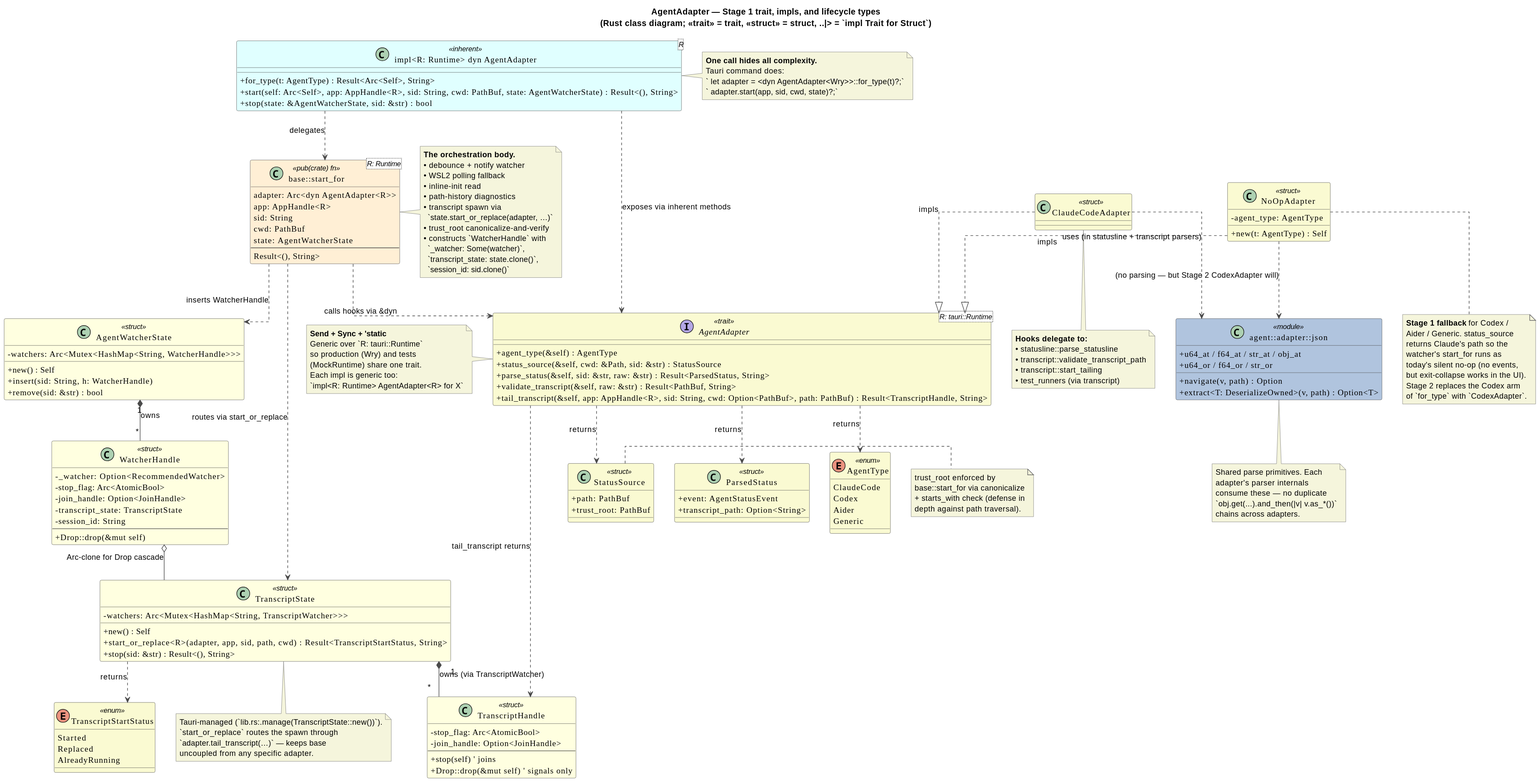
Above: src-tauri/src/agent/architecture.svg in winoooops/vimeflow (PlantUML), before the change. Its diagram source:
```plantuml
@startuml

skinparam classAttributeIconSize 0
skinparam shadowing false
skinparam dpi 150
skinparam linetype ortho
skinparam class {
  BackgroundColor #FAFAD2
  BorderColor #4A4A4A
  ArrowColor #4A4A4A
  FontName JetBrains Mono
  AttributeFontName JetBrains Mono
}
skinparam interface {
  BackgroundColor #FFE4E1
  BorderColor #B22222
}
skinparam enum {
  BackgroundColor #E0FFE0
  BorderColor #2F4F2F
}
skinparam note {
  BackgroundColor #F5F5DC
  BorderColor #696969
}

title <b>AgentAdapter</b> — Stage 1 trait, impls, and lifecycle types\n(Rust class diagram; <<trait>> = trait, <<struct>> = struct, ..|> = `impl Trait for Struct`)


class "impl<R: Runtime> dyn AgentAdapter<R>" as DynImpl <<inherent>> #LightCyan {
  +for_type(t: AgentType) : Result<Arc<Self>, String>
  +start(self: Arc<Self>, app: AppHandle<R>, sid: String, cwd: PathBuf, state: AgentWatcherState) : Result<(), String>
  +stop(state: &AgentWatcherState, sid: &str) : bool
}

note right of DynImpl
  <b>One call hides all complexity.</b>
  Tauri command does:
  ` let adapter = <dyn AgentAdapter<Wry>>::for_type(t)?;`
  ` adapter.start(app, sid, cwd, state)?;`
end note


interface "AgentAdapter<R: tauri::Runtime>" as AgentAdapter <<trait>> {
  +agent_type(&self) : AgentType
  +status_source(&self, cwd: &Path, sid: &str) : StatusSource
  +parse_status(&self, sid: &str, raw: &str) : Result<ParsedStatus, String>
  +validate_transcript(&self, raw: &str) : Result<PathBuf, String>
  +tail_transcript(&self, app: AppHandle<R>, sid: String, cwd: Option<PathBuf>, path: PathBuf) : Result<TranscriptHandle, String>
}

note left of AgentAdapter
  <b>Send + Sync + 'static</b>
  Generic over `R: tauri::Runtime`
  so production (Wry) and tests
  (MockRuntime) share one trait.
  Each impl is generic too:
  `impl<R: Runtime> AgentAdapter<R> for X`
end note

DynImpl ..> AgentAdapter : exposes via inherent methods


class ClaudeCodeAdapter <<struct>> {
}

note bottom of ClaudeCodeAdapter
  <b>Hooks delegate to:</b>
  • statusline::parse_statusline
  • transcript::validate_transcript_path
  • transcript::start_tailing
  • test_runners (via transcript)
end note

class NoOpAdapter <<struct>> {
  -agent_type: AgentType
  +new(t: AgentType) : Self
}

note bottom of NoOpAdapter
  <b>Stage 1 fallback</b> for Codex /
  Aider / Generic. status_source
  returns Claude's path so the
  watcher's start_for runs as
  today's silent no-op (no events,
  but exit-collapse works in the UI).
  Stage 2 replaces the Codex arm
  of `for_type` with `CodexAdapter`.
end note

ClaudeCodeAdapter ..|> AgentAdapter : impls
NoOpAdapter ..|> AgentAdapter : impls


class StatusSource <<struct>> {
  +path: PathBuf
  +trust_root: PathBuf
}

class ParsedStatus <<struct>> {
  +event: AgentStatusEvent
  +transcript_path: Option<String>
}

enum AgentType <<enum>> {
  ClaudeCode
  Codex
  Aider
  Generic
}

note right of StatusSource
  trust_root enforced by
  base::start_for via canonicalize
  + starts_with check (defense in
  depth against path traversal).
end note

AgentAdapter ..> StatusSource : returns
AgentAdapter ..> ParsedStatus : returns
AgentAdapter ..> AgentType : returns


class "base::start_for<R: Runtime>" as StartFor <<pub(crate) fn>> #FFEFD5 {
  adapter: Arc<dyn AgentAdapter<R>>
  app: AppHandle<R>
  sid: String
  cwd: PathBuf
  state: AgentWatcherState
  --
  Result<(), String>
}

note right of StartFor
  <b>The orchestration body.</b>
  • debounce + notify watcher
  • WSL2 polling fallback
  • inline-init read
  • path-history diagnostics
  • transcript spawn via
    `state.start_or_replace(adapter, …)`
  • trust_root canonicalize-and-verify
  • constructs `WatcherHandle` with
    `_watcher: Some(watcher)`,
    `transcript_state: state.clone()`,
    `session_id: sid.clone()`
end note

DynImpl ..> StartFor : delegates


class WatcherHandle <<struct>> #LightYellow {
  -_watcher: Option<RecommendedWatcher>
  -stop_flag: Arc<AtomicBool>
  -join_handle: Option<JoinHandle>
  -transcript_state: TranscriptState
  -session_id: String
  --
  +Drop::drop(&mut self)
}

class AgentWatcherState <<struct>> #LightYellow {
  -watchers: Arc<Mutex<HashMap<String, WatcherHandle>>>
  +new() : Self
  +insert(sid: String, h: WatcherHandle)
  +remove(sid: &str) : bool
}

class TranscriptHandle <<struct>> #LightYellow {
  -stop_flag: Arc<AtomicBool>
  -join_handle: Option<JoinHandle>
  --
  +stop(self) ' joins
  +Drop::drop(&mut self) ' signals only
}

class TranscriptState <<struct>> #LightYellow {
  -watchers: Arc<Mutex<HashMap<String, TranscriptWatcher>>>
  +new() : Self
  +start_or_replace<R>(adapter, app, sid, path, cwd) : Result<TranscriptStartStatus, String>
  +stop(sid: &str) : Result<(), String>
}

enum TranscriptStartStatus <<enum>> {
  Started
  Replaced
  AlreadyRunning
}

note bottom of TranscriptState
  Tauri-managed (`lib.rs:.manage(TranscriptState::new())`).
  `start_or_replace` routes the spawn through
  `adapter.tail_transcript(…)` — keeps base
  uncoupled from any specific adapter.
end note

AgentWatcherState "1" *-- "*" WatcherHandle : owns
TranscriptState "1" *-- "*" TranscriptHandle : owns (via TranscriptWatcher)
WatcherHandle o-- TranscriptState : Arc-clone for Drop cascade
TranscriptState ..> TranscriptStartStatus : returns

StartFor ..> AgentWatcherState : inserts WatcherHandle
StartFor ..> TranscriptState : routes via start_or_replace
StartFor ..> AgentAdapter : calls hooks via &dyn

AgentAdapter ..> TranscriptHandle : tail_transcript returns


class "agent::adapter::json" as JsonMod <<module>> #LightSteelBlue {
  +navigate(v, path) : Option<&Value>
  +extract<T: DeserializeOwned>(v, path) : Option<T>
  +u64_at / f64_at / str_at / obj_at
  +u64_or / f64_or / str_or
}

note bottom of JsonMod
  Shared parse primitives. Each
  adapter's parser internals
  consume these — no duplicate
  `obj.get(...).and_then(|v| v.as_*())`
  chains across adapters.
end note

ClaudeCodeAdapter ..> JsonMod : uses (in statusline + transcript parsers)
NoOpAdapter ..> JsonMod : (no parsing — but Stage 2 CodexAdapter will)
@enduml
```
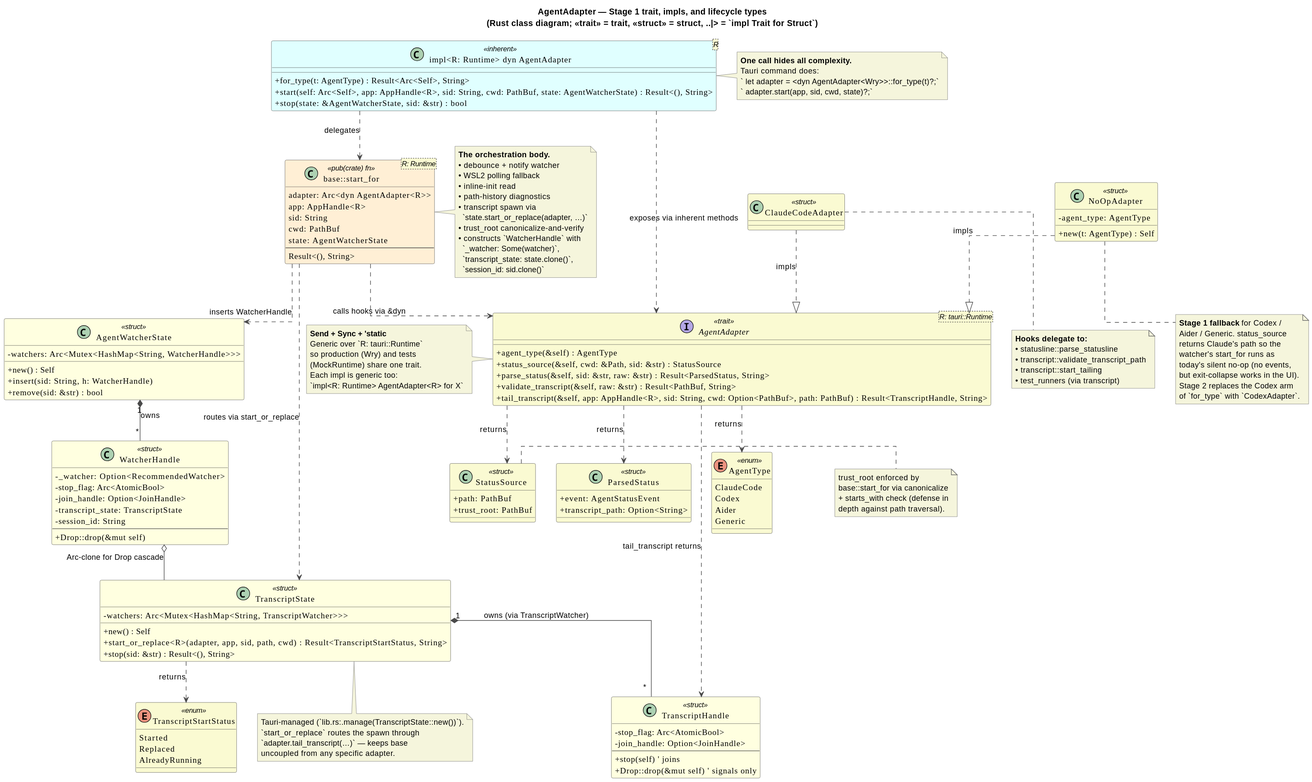
After the commit.

Diff of the diagram source:
```diff
@@ -204,23 +204,4 @@
 StartFor ..> AgentAdapter : calls hooks via &dyn
 
 AgentAdapter ..> TranscriptHandle : tail_transcript returns
-
-
-class "agent::adapter::json" as JsonMod <<module>> #LightSteelBlue {
-  +navigate(v, path) : Option<&Value>
-  +extract<T: DeserializeOwned>(v, path) : Option<T>
-  +u64_at / f64_at / str_at / obj_at
-  +u64_or / f64_or / str_or
-}
-
-note bottom of JsonMod
-  Shared parse primitives. Each
-  adapter's parser internals
-  consume these — no duplicate
-  `obj.get(...).and_then(|v| v.as_*())`
-  chains across adapters.
-end note
-
-ClaudeCodeAdapter ..> JsonMod : uses (in statusline + transcript parsers)
-NoOpAdapter ..> JsonMod : (no parsing — but Stage 2 CodexAdapter will)
 @enduml
```
